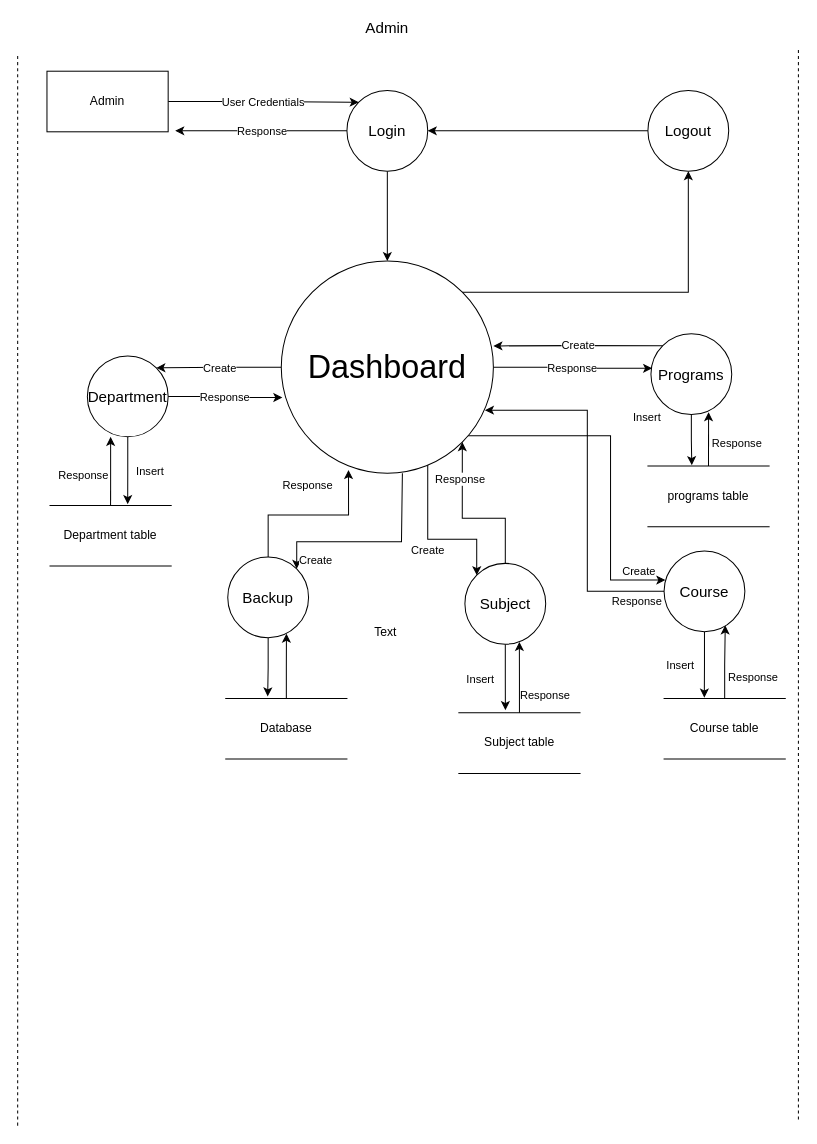
This is Diagrams/DFD/Admin.drawio from MohsinAliSoomro/CES, a draw.io file, before an edit. Source tidied: cells renumbered, new cells numbered last; positions are measured from the earlier drawing's top-left corner, leaving out a move shared by most shapes. Both pictures are drawn from the tidied source at 101%, with x=0, y=0 at pixel (17, 17).
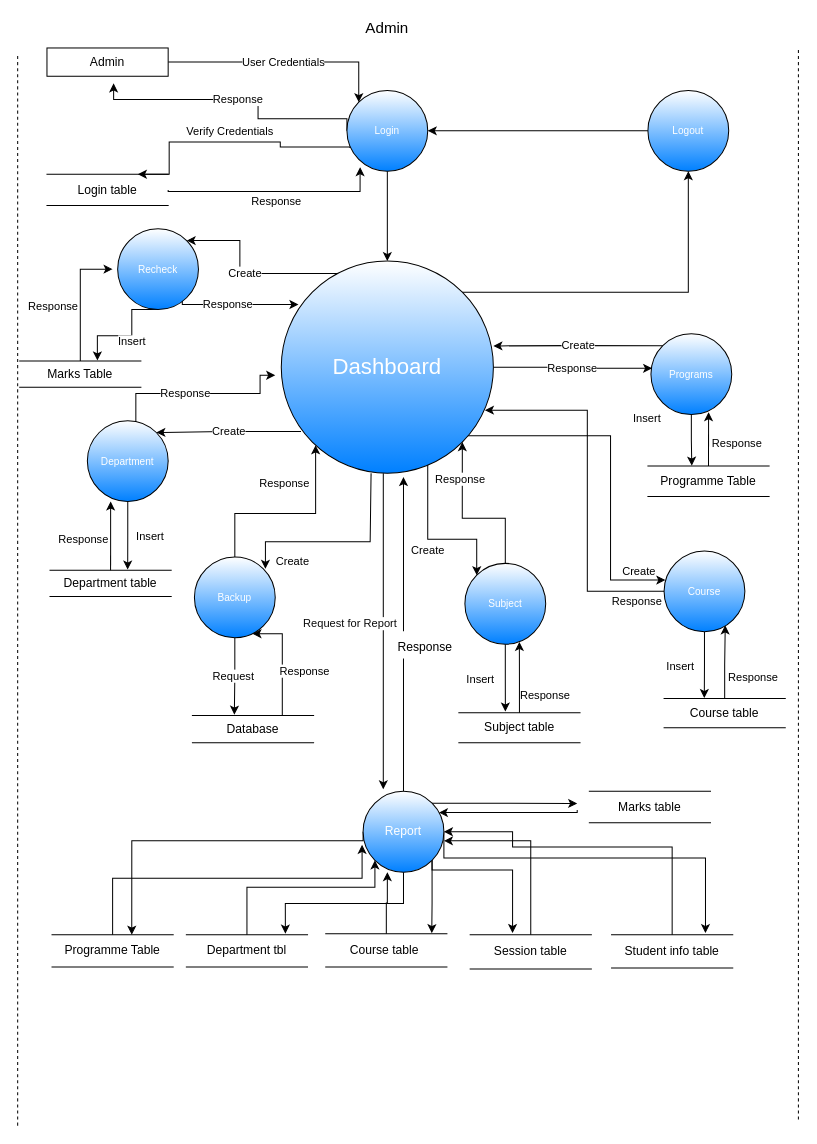
After the change.

Diff of the diagram source:
```diff
@@
     <mxCell id="6" value="Admin" style="rounded=0;whiteSpace=wrap;html=1;" parent="1" vertex="1">
-      <mxGeometry x="29" y="53" width="120" height="60" as="geometry" />
+      <mxGeometry x="29" y="30" width="120" height="28" as="geometry" />
     </mxCell>
     <mxCell id="7" value="Response" style="edgeStyle=orthogonalEdgeStyle;rounded=0;jettySize=auto;html=1;exitX=0;exitY=0.5;exitDx=0;exitDy=0;" parent="1" edge="1" source="9">
       <mxGeometry relative="1" as="geometry">
-        <mxPoint x="156" y="112" as="targetPoint" />
+        <mxPoint x="95" y="65" as="targetPoint" />
+        <Array as="points">
+          <mxPoint x="326" y="100" />
+          <mxPoint x="238" y="100" />
+          <mxPoint x="238" y="81" />
+          <mxPoint x="95" y="81" />
+        </Array>
       </mxGeometry>
     </mxCell>
@@
-    <mxCell id="9" value="&lt;font style=&quot;font-size: 15px&quot;&gt;Login&lt;/font&gt;" style="ellipse;whiteSpace=wrap;html=1;" parent="1" vertex="1">
+    <mxCell id="9" value="&lt;font style=&quot;font-size: 10px;&quot;&gt;Login&lt;/font&gt;" style="ellipse;whiteSpace=wrap;html=1;gradientColor=#0080FF;fontColor=#FFFFFF;fontSize=10;" parent="1" vertex="1">
       <mxGeometry x="326" y="72" width="80" height="80" as="geometry" />
     </mxCell>
@@
-    <mxCell id="11" value="&lt;font style=&quot;font-size: 15px&quot;&gt;Logout&lt;/font&gt;" style="ellipse;whiteSpace=wrap;html=1;" parent="1" vertex="1">
+    <mxCell id="11" value="&lt;font style=&quot;font-size: 10px;&quot;&gt;Logout&lt;/font&gt;" style="ellipse;whiteSpace=wrap;html=1;gradientColor=#0080FF;fontColor=#FFFFFF;fontSize=10;" parent="1" vertex="1">
       <mxGeometry x="624" y="72" width="80" height="80" as="geometry" />
     </mxCell>
@@
-    <mxCell id="13" value="Create" style="edgeStyle=orthogonalEdgeStyle;rounded=0;jettySize=auto;html=1;exitX=0;exitY=0.5;exitDx=0;exitDy=0;entryX=1;entryY=0;entryDx=0;entryDy=0;" parent="1" edge="1" source="18" target="23">
+    <mxCell id="13" value="Create" style="edgeStyle=orthogonalEdgeStyle;rounded=0;jettySize=auto;html=1;exitX=0.093;exitY=0.804;exitDx=0;exitDy=0;entryX=1;entryY=0;entryDx=0;entryDy=0;exitPerimeter=0;" parent="1" edge="1" source="18" target="23">
       <mxGeometry relative="1" as="geometry" />
     </mxCell>
@@
-    <mxCell id="17" value="Create" style="edgeStyle=orthogonalEdgeStyle;rounded=0;jettySize=auto;html=1;exitX=0.571;exitY=1.014;exitDx=0;exitDy=0;entryX=1;entryY=0;entryDx=0;entryDy=0;exitPerimeter=0;" parent="1" edge="1" source="18" target="36">
-      <mxGeometry x="0.55" y="18" relative="1" as="geometry">
+    <mxCell id="17" value="Create" style="edgeStyle=orthogonalEdgeStyle;rounded=0;orthogonalLoop=1;jettySize=auto;html=1;exitX=0.571;exitY=1.014;exitDx=0;exitDy=0;entryX=1;entryY=0;entryDx=0;entryDy=0;exitPerimeter=0;" parent="1" edge="1">
+      <mxGeometry x="0.47" y="19" relative="1" as="geometry">
+        <mxPoint x="349.9" y="453.9" as="sourcePoint" />
+        <mxPoint x="245.3" y="545.7" as="targetPoint" />
         <Array as="points">
-          <mxPoint x="381" y="451" />
-          <mxPoint x="380" y="519" />
-          <mxPoint x="276" y="519" />
+          <mxPoint x="350" y="451" />
+          <mxPoint x="349" y="519" />
+          <mxPoint x="245" y="519" />
         </Array>
       </mxGeometry>
     </mxCell>
+    <mxCell id="45" value="Request for Report" style="edgeStyle=orthogonalEdgeStyle;rounded=0;orthogonalLoop=1;jettySize=auto;html=1;fontSize=11;fontColor=#0A0A0A;" parent="1" edge="1">
+      <mxGeometry x="-0.05" y="-33" relative="1" as="geometry">
+        <mxPoint x="362" y="451" as="sourcePoint" />
+        <mxPoint x="362" y="764" as="targetPoint" />
+      </mxGeometry>
+    </mxCell>
-    <mxCell id="18" value="&lt;font style=&quot;font-size: 32px&quot;&gt;Dashboard&lt;/font&gt;" style="ellipse;whiteSpace=wrap;html=1;" parent="1" vertex="1">
+    <mxCell id="18" value="&lt;font style=&quot;font-size: 22px;&quot;&gt;Dashboard&lt;/font&gt;" style="ellipse;whiteSpace=wrap;html=1;gradientColor=#0080FF;fontColor=#FFFFFF;fontSize=22;" parent="1" vertex="1">
       <mxGeometry x="261" y="241" width="210" height="210" as="geometry" />
     </mxCell>
@@
     <mxCell id="20" value="Department table" style="shape=partialRectangle;whiteSpace=wrap;html=1;left=0;right=0;fillColor=none;" parent="1" vertex="1">
-      <mxGeometry x="32" y="483" width="120" height="60" as="geometry" />
+      <mxGeometry x="32" y="547" width="120" height="26" as="geometry" />
     </mxCell>
-    <mxCell id="21" value="Response" style="edgeStyle=orthogonalEdgeStyle;rounded=0;jettySize=auto;html=1;exitX=1;exitY=0.5;exitDx=0;exitDy=0;entryX=0.005;entryY=0.643;entryDx=0;entryDy=0;entryPerimeter=0;" parent="1" edge="1" source="23" target="18">
-      <mxGeometry relative="1" as="geometry" />
+    <mxCell id="21" value="Response" style="edgeStyle=orthogonalEdgeStyle;rounded=0;jettySize=auto;html=1;exitX=1;exitY=0.5;exitDx=0;exitDy=0;" parent="1" edge="1" source="23">
+      <mxGeometry x="0.16" relative="1" as="geometry">
+        <mxPoint x="255" y="354" as="targetPoint" />
+        <Array as="points">
+          <mxPoint x="117" y="439" />
+          <mxPoint x="117" y="372" />
+          <mxPoint x="240" y="372" />
+          <mxPoint x="240" y="354" />
+        </Array>
+      </mxGeometry>
     </mxCell>
@@
-    <mxCell id="23" value="&lt;font style=&quot;font-size: 15px&quot;&gt;Department&lt;/font&gt;" style="ellipse;whiteSpace=wrap;html=1;" parent="1" vertex="1">
-      <mxGeometry x="69" y="335" width="80" height="80" as="geometry" />
+    <mxCell id="23" value="&lt;font style=&quot;font-size: 10px;&quot;&gt;Department&lt;/font&gt;" style="ellipse;whiteSpace=wrap;html=1;gradientColor=#0080FF;fontColor=#FFFFFF;fontSize=10;" parent="1" vertex="1">
+      <mxGeometry x="69" y="399" width="80" height="80" as="geometry" />
     </mxCell>
@@
-    <mxCell id="26" value="&lt;font style=&quot;font-size: 15px&quot;&gt;Programs&lt;/font&gt;" style="ellipse;whiteSpace=wrap;html=1;" parent="1" vertex="1">
+    <mxCell id="26" value="&lt;font style=&quot;font-size: 10px;&quot;&gt;Programs&lt;/font&gt;" style="ellipse;whiteSpace=wrap;html=1;gradientColor=#0080FF;fontColor=#FFFFFF;fontSize=10;" parent="1" vertex="1">
       <mxGeometry x="627" y="313" width="80" height="80" as="geometry" />
     </mxCell>
@@
-    <mxCell id="28" value="programs table" style="shape=partialRectangle;whiteSpace=wrap;html=1;left=0;right=0;fillColor=none;" parent="1" vertex="1">
-      <mxGeometry x="624" y="444" width="120" height="60" as="geometry" />
+    <mxCell id="28" value="Programme Table" style="shape=partialRectangle;whiteSpace=wrap;html=1;left=0;right=0;fillColor=none;" parent="1" vertex="1">
+      <mxGeometry x="624" y="444" width="120" height="30" as="geometry" />
     </mxCell>
@@
-    <mxCell id="31" value="&lt;font style=&quot;font-size: 15px&quot;&gt;Course&lt;/font&gt;" style="ellipse;whiteSpace=wrap;html=1;" parent="1" vertex="1">
+    <mxCell id="31" value="&lt;font style=&quot;font-size: 10px;&quot;&gt;Course&lt;/font&gt;" style="ellipse;whiteSpace=wrap;html=1;gradientColor=#0080FF;fontColor=#FFFFFF;fontSize=10;" parent="1" vertex="1">
       <mxGeometry x="640" y="528" width="80" height="80" as="geometry" />
     </mxCell>
@@
     <mxCell id="33" value="Course table" style="shape=partialRectangle;whiteSpace=wrap;html=1;left=0;right=0;fillColor=none;" parent="1" vertex="1">
-      <mxGeometry x="640" y="674" width="120" height="60" as="geometry" />
+      <mxGeometry x="640" y="674" width="120" height="29" as="geometry" />
     </mxCell>
-    <mxCell id="34" style="edgeStyle=orthogonalEdgeStyle;rounded=0;jettySize=auto;html=1;exitX=0.5;exitY=1;exitDx=0;exitDy=0;entryX=0.346;entryY=-0.033;entryDx=0;entryDy=0;entryPerimeter=0;" parent="1" edge="1" source="36" target="38">
+    <mxCell id="34" value="Request&amp;nbsp;" style="edgeStyle=orthogonalEdgeStyle;rounded=0;jettySize=auto;html=1;exitX=0.5;exitY=1;exitDx=0;exitDy=0;entryX=0.346;entryY=-0.033;entryDx=0;entryDy=0;entryPerimeter=0;" parent="1" edge="1" source="36" target="38">
       <mxGeometry relative="1" as="geometry" />
     </mxCell>
-    <mxCell id="35" value="Response" style="edgeStyle=orthogonalEdgeStyle;rounded=0;jettySize=auto;html=1;exitX=0.5;exitY=0;exitDx=0;exitDy=0;entryX=0.317;entryY=0.985;entryDx=0;entryDy=0;entryPerimeter=0;" parent="1" edge="1" source="36" target="18">
-      <mxGeometry x="-0.03" y="30" relative="1" as="geometry" />
+    <mxCell id="35" value="Response" style="edgeStyle=orthogonalEdgeStyle;rounded=0;jettySize=auto;html=1;exitX=0.5;exitY=0;exitDx=0;exitDy=0;" parent="1" edge="1" source="36" target="18">
+      <mxGeometry x="-0.03" y="30" relative="1" as="geometry">
+        <Array as="points">
+          <mxPoint x="215" y="491" />
+          <mxPoint x="295" y="491" />
+        </Array>
+      </mxGeometry>
     </mxCell>
-    <mxCell id="36" value="&lt;font style=&quot;font-size: 15px&quot;&gt;Backup&lt;br&gt;&lt;/font&gt;" style="ellipse;whiteSpace=wrap;html=1;" parent="1" vertex="1">
-      <mxGeometry x="208" y="534" width="80" height="80" as="geometry" />
+    <mxCell id="36" value="&lt;font style=&quot;font-size: 10px;&quot;&gt;Backup&lt;br style=&quot;font-size: 10px;&quot;&gt;&lt;/font&gt;" style="ellipse;whiteSpace=wrap;html=1;gradientColor=#0080FF;fontColor=#FFFFFF;fontSize=10;" parent="1" vertex="1">
+      <mxGeometry x="175" y="534" width="80" height="80" as="geometry" />
     </mxCell>
-    <mxCell id="37" style="edgeStyle=orthogonalEdgeStyle;rounded=0;jettySize=auto;html=1;exitX=0.5;exitY=0;exitDx=0;exitDy=0;entryX=0.726;entryY=0.949;entryDx=0;entryDy=0;entryPerimeter=0;" parent="1" edge="1" source="38" target="36">
-      <mxGeometry relative="1" as="geometry" />
+    <mxCell id="37" value="Response" style="edgeStyle=orthogonalEdgeStyle;rounded=0;jettySize=auto;html=1;exitX=0.5;exitY=0;exitDx=0;exitDy=0;" parent="1" edge="1" source="38" target="36">
+      <mxGeometry x="0.05" y="-22" relative="1" as="geometry">
+        <Array as="points">
+          <mxPoint x="262" y="691" />
+          <mxPoint x="262" y="610" />
+        </Array>
+      </mxGeometry>
     </mxCell>
     <mxCell id="38" value="Database" style="shape=partialRectangle;whiteSpace=wrap;html=1;left=0;right=0;fillColor=none;" parent="1" vertex="1">
-      <mxGeometry x="206" y="674" width="120" height="60" as="geometry" />
+      <mxGeometry x="173" y="691" width="120" height="27" as="geometry" />
     </mxCell>
@@
-    <mxCell id="41" value="&lt;font style=&quot;font-size: 15px&quot;&gt;Subject&lt;/font&gt;" style="ellipse;whiteSpace=wrap;html=1;" parent="1" vertex="1">
+    <mxCell id="41" value="&lt;font style=&quot;font-size: 10px;&quot;&gt;Subject&lt;/font&gt;" style="ellipse;whiteSpace=wrap;html=1;gradientColor=#0080FF;fontColor=#FFFFFF;fontSize=10;" parent="1" vertex="1">
       <mxGeometry x="442.8" y="540.3" width="80" height="80" as="geometry" />
     </mxCell>
@@
     <mxCell id="43" value="Subject table" style="shape=partialRectangle;whiteSpace=wrap;html=1;left=0;right=0;fillColor=none;" parent="1" vertex="1">
-      <mxGeometry x="436.8" y="688.3" width="120" height="60" as="geometry" />
+      <mxGeometry x="436.8" y="688.3" width="120" height="29.7" as="geometry" />
     </mxCell>
-    <mxCell id="44" value="Text" style="text;html=1;align=center;verticalAlign=middle;" parent="1" vertex="1">
-      <mxGeometry x="344" y="599" width="40" height="20" as="geometry" />
-    </mxCell>
+    <mxCell id="46" value="Verify Credentials" style="edgeStyle=orthogonalEdgeStyle;rounded=0;jettySize=auto;html=1;entryX=0.75;entryY=0;entryDx=0;entryDy=0;exitX=0.038;exitY=0.713;exitDx=0;exitDy=0;exitPerimeter=0;" parent="1" edge="1" source="9" target="48">
+      <mxGeometry x="0.01" y="-10" relative="1" as="geometry">
+        <Array as="points">
+          <mxPoint x="329" y="128" />
+          <mxPoint x="260" y="128" />
+          <mxPoint x="260" y="123" />
+          <mxPoint x="150" y="123" />
+        </Array>
+      </mxGeometry>
+    </mxCell>
+    <mxCell id="47" value="Response" style="edgeStyle=orthogonalEdgeStyle;rounded=0;jettySize=auto;html=1;exitX=1;exitY=0.5;exitDx=0;exitDy=0;entryX=0.163;entryY=0.95;entryDx=0;entryDy=0;entryPerimeter=0;" parent="1" edge="1" source="48" target="9">
+      <mxGeometry y="-10" relative="1" as="geometry">
+        <Array as="points">
+          <mxPoint x="149" y="172" />
+          <mxPoint x="339" y="172" />
+        </Array>
+      </mxGeometry>
+    </mxCell>
+    <mxCell id="48" value="Login table" style="shape=partialRectangle;whiteSpace=wrap;html=1;left=0;right=0;fillColor=none;" parent="1" vertex="1">
+      <mxGeometry x="29" y="155" width="120" height="31" as="geometry" />
+    </mxCell>
+    <mxCell id="49" value="Create" style="edgeStyle=orthogonalEdgeStyle;rounded=0;jettySize=auto;html=1;exitX=0.263;exitY=0.058;exitDx=0;exitDy=0;entryX=1;entryY=0;entryDx=0;entryDy=0;exitPerimeter=0;" parent="1" edge="1" source="18" target="54">
+      <mxGeometry relative="1" as="geometry" />
+    </mxCell>
+    <mxCell id="50" value="Response" style="edgeStyle=orthogonalEdgeStyle;rounded=0;jettySize=auto;html=1;exitX=0.5;exitY=0;exitDx=0;exitDy=0;" parent="1" edge="1" source="51">
+      <mxGeometry x="-0.12" y="27" relative="1" as="geometry">
+        <mxPoint x="94" y="249" as="targetPoint" />
+        <Array as="points">
+          <mxPoint x="62" y="301" />
+          <mxPoint x="62" y="301" />
+        </Array>
+      </mxGeometry>
+    </mxCell>
+    <mxCell id="51" value="Marks Table" style="shape=partialRectangle;whiteSpace=wrap;html=1;left=0;right=0;fillColor=none;" parent="1" vertex="1">
+      <mxGeometry x="2" y="340" width="120" height="26" as="geometry" />
+    </mxCell>
+    <mxCell id="52" value="Response" style="edgeStyle=orthogonalEdgeStyle;rounded=0;jettySize=auto;html=1;exitX=1;exitY=0.5;exitDx=0;exitDy=0;" parent="1" edge="1" source="54">
+      <mxGeometry x="0.16" relative="1" as="geometry">
+        <mxPoint x="278" y="284" as="targetPoint" />
+        <Array as="points">
+          <mxPoint x="163" y="249" />
+          <mxPoint x="163" y="284" />
+        </Array>
+      </mxGeometry>
+    </mxCell>
+    <mxCell id="53" value="Insert" style="edgeStyle=orthogonalEdgeStyle;rounded=0;jettySize=auto;html=1;exitX=0.5;exitY=1;exitDx=0;exitDy=0;entryX=0.641;entryY=-0.022;entryDx=0;entryDy=0;entryPerimeter=0;" parent="1" edge="1" source="54" target="51">
+      <mxGeometry x="-0.06" y="6" relative="1" as="geometry">
+        <Array as="points">
+          <mxPoint x="113" y="289" />
+          <mxPoint x="113" y="315" />
+          <mxPoint x="79" y="315" />
+        </Array>
+      </mxGeometry>
+    </mxCell>
+    <mxCell id="54" value="&lt;font style=&quot;font-size: 10px&quot;&gt;Recheck&lt;/font&gt;" style="ellipse;whiteSpace=wrap;html=1;gradientColor=#0080FF;fontColor=#FFFFFF;fontSize=10;" parent="1" vertex="1">
+      <mxGeometry x="99" y="209" width="80" height="80" as="geometry" />
+    </mxCell>
+    <mxCell id="55" style="edgeStyle=orthogonalEdgeStyle;rounded=0;jettySize=auto;html=1;exitX=1;exitY=0;exitDx=0;exitDy=0;" parent="1" edge="1" source="62">
+      <mxGeometry relative="1" as="geometry">
+        <mxPoint x="554" y="778" as="targetPoint" />
+      </mxGeometry>
+    </mxCell>
+    <mxCell id="56" style="edgeStyle=orthogonalEdgeStyle;rounded=0;jettySize=auto;html=1;exitX=1;exitY=0.5;exitDx=0;exitDy=0;entryX=0.775;entryY=-0.05;entryDx=0;entryDy=0;entryPerimeter=0;" parent="1" edge="1" source="62" target="67">
+      <mxGeometry relative="1" as="geometry">
+        <Array as="points">
+          <mxPoint x="422" y="832" />
+          <mxPoint x="681" y="832" />
+        </Array>
+      </mxGeometry>
+    </mxCell>
+    <mxCell id="57" style="edgeStyle=orthogonalEdgeStyle;rounded=0;jettySize=auto;html=1;exitX=1;exitY=1;exitDx=0;exitDy=0;entryX=0.35;entryY=-0.05;entryDx=0;entryDy=0;entryPerimeter=0;" parent="1" edge="1" source="62" target="65">
+      <mxGeometry relative="1" as="geometry">
+        <Array as="points">
+          <mxPoint x="410" y="844" />
+          <mxPoint x="490" y="844" />
+        </Array>
+      </mxGeometry>
+    </mxCell>
+    <mxCell id="58" style="edgeStyle=orthogonalEdgeStyle;rounded=0;jettySize=auto;html=1;exitX=1;exitY=1;exitDx=0;exitDy=0;entryX=0.875;entryY=-0.017;entryDx=0;entryDy=0;entryPerimeter=0;" parent="1" edge="1" source="62" target="69">
+      <mxGeometry relative="1" as="geometry" />
+    </mxCell>
+    <mxCell id="59" style="edgeStyle=orthogonalEdgeStyle;rounded=0;jettySize=auto;html=1;exitX=0.5;exitY=1;exitDx=0;exitDy=0;entryX=0.817;entryY=-0.033;entryDx=0;entryDy=0;entryPerimeter=0;" parent="1" edge="1" source="62" target="71">
+      <mxGeometry relative="1" as="geometry" />
+    </mxCell>
+    <mxCell id="60" style="edgeStyle=orthogonalEdgeStyle;rounded=0;jettySize=auto;html=1;exitX=0;exitY=0.5;exitDx=0;exitDy=0;entryX=0.658;entryY=0;entryDx=0;entryDy=0;entryPerimeter=0;" parent="1" edge="1" source="62" target="73">
+      <mxGeometry relative="1" as="geometry">
+        <Array as="points">
+          <mxPoint x="342" y="815" />
+          <mxPoint x="113" y="815" />
+        </Array>
+      </mxGeometry>
+    </mxCell>
+    <mxCell id="61" value="&lt;font style=&quot;font-size: 12px&quot; color=&quot;#000000&quot;&gt;Response&lt;/font&gt;" style="edgeStyle=orthogonalEdgeStyle;rounded=0;jettySize=auto;html=1;fontSize=22;fontColor=#FFFFFF;" parent="1" edge="1" source="62">
+      <mxGeometry x="-0.07" y="-21" relative="1" as="geometry">
+        <mxPoint x="382" y="454.8" as="targetPoint" />
+      </mxGeometry>
+    </mxCell>
+    <mxCell id="62" value="&lt;font style=&quot;font-size: 12px;&quot;&gt;Report&lt;/font&gt;" style="ellipse;whiteSpace=wrap;html=1;gradientColor=#0080ff;fontColor=#FFFFFF;fontSize=12;" parent="1" vertex="1">
+      <mxGeometry x="342" y="766" width="80" height="80" as="geometry" />
+    </mxCell>
+    <mxCell id="63" style="edgeStyle=orthogonalEdgeStyle;rounded=0;jettySize=auto;html=1;exitX=0;exitY=0.5;exitDx=0;exitDy=0;entryX=0.938;entryY=0.263;entryDx=0;entryDy=0;entryPerimeter=0;" parent="1" edge="1" target="62">
+      <mxGeometry relative="1" as="geometry">
+        <mxPoint x="554" y="784.5" as="sourcePoint" />
+        <Array as="points">
+          <mxPoint x="554" y="787" />
+        </Array>
+      </mxGeometry>
+    </mxCell>
+    <mxCell id="64" style="edgeStyle=orthogonalEdgeStyle;rounded=0;jettySize=auto;html=1;exitX=0.5;exitY=0;exitDx=0;exitDy=0;entryX=1;entryY=0.613;entryDx=0;entryDy=0;entryPerimeter=0;" parent="1" edge="1" source="65" target="62">
+      <mxGeometry relative="1" as="geometry" />
+    </mxCell>
+    <mxCell id="65" value="Session table" style="shape=partialRectangle;whiteSpace=wrap;html=1;left=0;right=0;fillColor=none;" parent="1" vertex="1">
+      <mxGeometry x="448" y="908" width="120" height="34" as="geometry" />
+    </mxCell>
+    <mxCell id="66" style="edgeStyle=orthogonalEdgeStyle;rounded=0;jettySize=auto;html=1;exitX=0.5;exitY=0;exitDx=0;exitDy=0;entryX=1;entryY=0.5;entryDx=0;entryDy=0;" parent="1" edge="1" source="67" target="62">
+      <mxGeometry relative="1" as="geometry">
+        <Array as="points">
+          <mxPoint x="648" y="821" />
+          <mxPoint x="490" y="821" />
+          <mxPoint x="490" y="806" />
+        </Array>
+      </mxGeometry>
+    </mxCell>
+    <mxCell id="67" value="Student info table" style="shape=partialRectangle;whiteSpace=wrap;html=1;left=0;right=0;fillColor=none;" parent="1" vertex="1">
+      <mxGeometry x="588" y="908" width="120" height="33" as="geometry" />
+    </mxCell>
+    <mxCell id="68" style="edgeStyle=orthogonalEdgeStyle;rounded=0;jettySize=auto;html=1;exitX=0.5;exitY=0;exitDx=0;exitDy=0;entryX=0.3;entryY=1;entryDx=0;entryDy=0;entryPerimeter=0;" parent="1" edge="1" source="69" target="62">
+      <mxGeometry relative="1" as="geometry" />
+    </mxCell>
+    <mxCell id="69" value="Course table&amp;nbsp;" style="shape=partialRectangle;whiteSpace=wrap;html=1;left=0;right=0;fillColor=none;" parent="1" vertex="1">
+      <mxGeometry x="305" y="907" width="120" height="33" as="geometry" />
+    </mxCell>
+    <mxCell id="70" style="edgeStyle=orthogonalEdgeStyle;rounded=0;jettySize=auto;html=1;exitX=0.5;exitY=0;exitDx=0;exitDy=0;entryX=0;entryY=1;entryDx=0;entryDy=0;" parent="1" edge="1" source="71" target="62">
+      <mxGeometry relative="1" as="geometry">
+        <Array as="points">
+          <mxPoint x="227" y="861" />
+          <mxPoint x="354" y="861" />
+        </Array>
+      </mxGeometry>
+    </mxCell>
+    <mxCell id="71" value="Department tbl" style="shape=partialRectangle;whiteSpace=wrap;html=1;left=0;right=0;fillColor=none;" parent="1" vertex="1">
+      <mxGeometry x="167" y="908" width="120" height="32" as="geometry" />
+    </mxCell>
+    <mxCell id="72" style="edgeStyle=orthogonalEdgeStyle;rounded=0;jettySize=auto;html=1;exitX=0.5;exitY=0;exitDx=0;exitDy=0;" parent="1" edge="1" source="73">
+      <mxGeometry relative="1" as="geometry">
+        <mxPoint x="341" y="819" as="targetPoint" />
+        <Array as="points">
+          <mxPoint x="94" y="852" />
+          <mxPoint x="341" y="852" />
+        </Array>
+      </mxGeometry>
+    </mxCell>
+    <mxCell id="73" value="Programme Table" style="shape=partialRectangle;whiteSpace=wrap;html=1;left=0;right=0;fillColor=none;" parent="1" vertex="1">
+      <mxGeometry x="34" y="908" width="120" height="32" as="geometry" />
+    </mxCell>
+    <mxCell id="74" value="Marks table" style="shape=partialRectangle;whiteSpace=wrap;html=1;left=0;right=0;fillColor=none;" parent="1" vertex="1">
+      <mxGeometry x="566" y="766" width="120" height="31" as="geometry" />
+    </mxCell>
```
